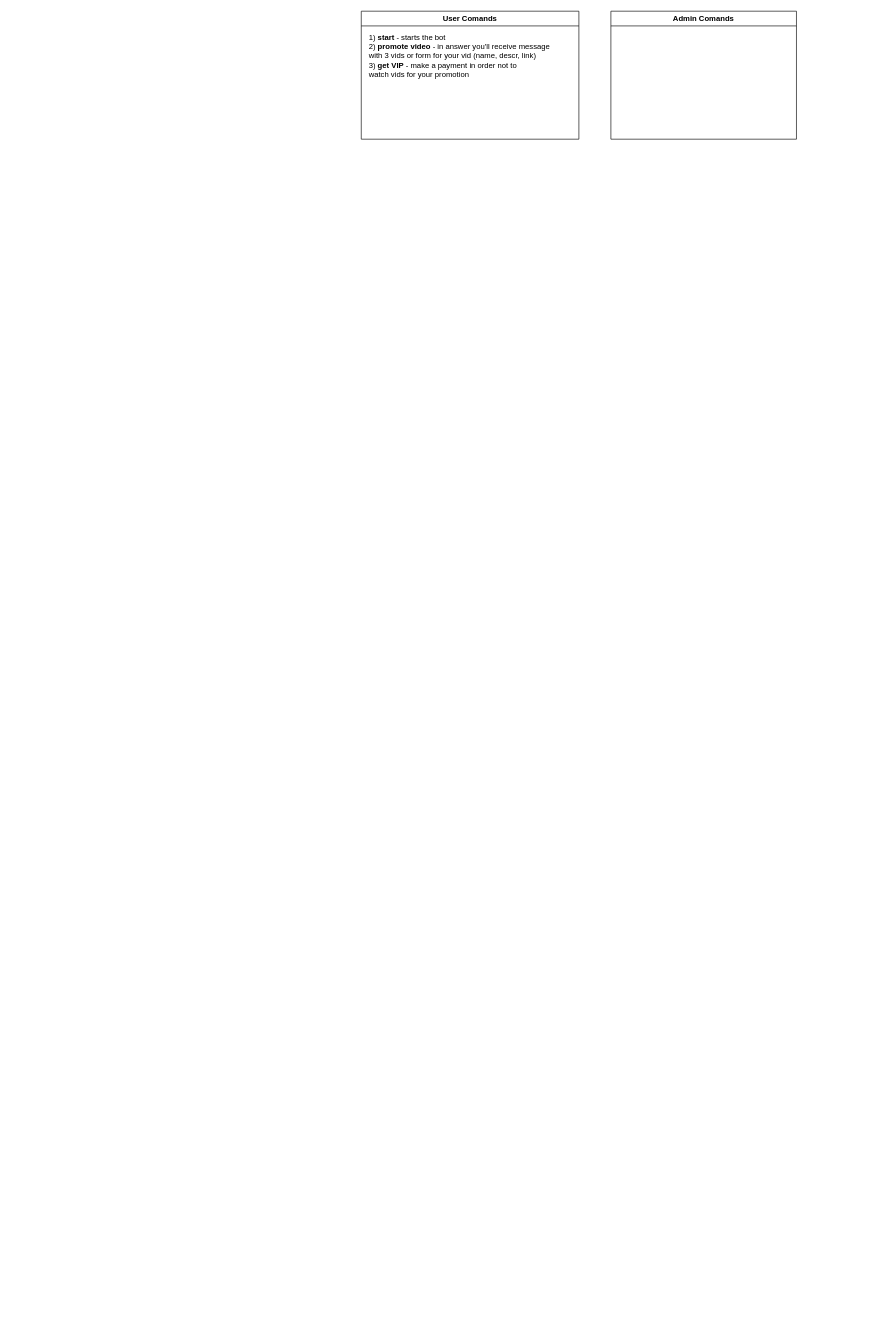
Above: TG bot.drawio in TitanKuzmich/planeStats (draw.io), before the change. Source tidied: cells renumbered, new cells numbered last; positions are measured from the earlier drawing's top-left corner, leaving out a move shared by most shapes. Both pictures are drawn from the tidied source at 64%, with x=0, y=0 at pixel (361, 11).
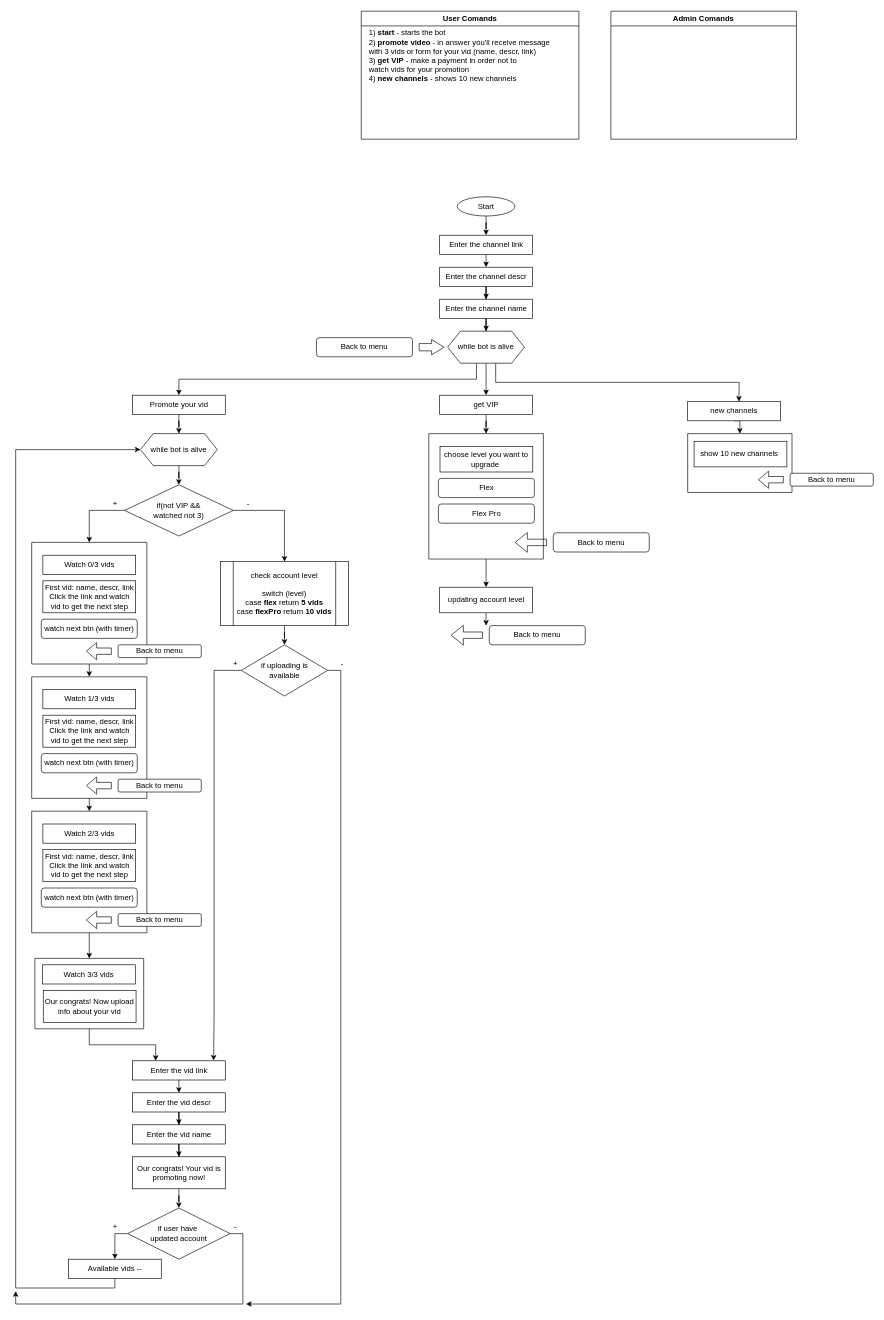
Above is the later version.

The change refers to these unchanged cells:
```xml
<mxCell id="2" value="User Comands" style="swimlane;" parent="1" vertex="1">
  <mxGeometry width="340" height="200" as="geometry" />
</mxCell>
```

Change to the diagram source:
```diff
@@
-    <mxCell id="3" value="1) &lt;b&gt;start&lt;/b&gt; - starts the bot&lt;br&gt;&lt;div&gt;2) &lt;b&gt;promote video&lt;/b&gt; - in answer you'll receive message&amp;nbsp;&lt;/div&gt;&lt;div&gt;&lt;span&gt;with 3 vids or form for your vid (name, descr, link)&lt;/span&gt;&lt;/div&gt;&lt;div&gt;3) &lt;b&gt;get VIP&lt;/b&gt;&amp;nbsp;- make a payment in order not to&amp;nbsp;&lt;/div&gt;&lt;div&gt;watch vids for your promotion&lt;/div&gt;" style="text;html=1;align=left;verticalAlign=middle;strokeColor=none;" parent="2" vertex="1">
-      <mxGeometry x="10" y="30" width="300" height="80" as="geometry" />
+    <mxCell id="3" value="1) &lt;b&gt;start&lt;/b&gt; - starts the bot&lt;br&gt;&lt;div&gt;2) &lt;b&gt;promote video&lt;/b&gt; - in answer you'll receive message&amp;nbsp;&lt;/div&gt;&lt;div&gt;&lt;span&gt;with 3 vids or form for your vid (name, descr, link)&lt;/span&gt;&lt;/div&gt;&lt;div&gt;3) &lt;b&gt;get VIP&lt;/b&gt;&amp;nbsp;- make a payment in order not to&amp;nbsp;&lt;/div&gt;&lt;div&gt;watch vids for your promotion&lt;/div&gt;&lt;div&gt;4) &lt;b&gt;new channels&lt;/b&gt;&amp;nbsp;- shows 10 new channels&lt;/div&gt;" style="text;html=1;align=left;verticalAlign=middle;strokeColor=none;" parent="2" vertex="1">
+      <mxGeometry x="10" y="25" width="300" height="90" as="geometry" />
     </mxCell>
@@
+    <mxCell id="5" style="edgeStyle=orthogonalEdgeStyle;rounded=0;jettySize=auto;html=1;" parent="1" edge="1" source="6" target="12">
+      <mxGeometry relative="1" as="geometry" />
+    </mxCell>
+    <mxCell id="6" value="Start" style="ellipse;whiteSpace=wrap;html=1;" parent="1" vertex="1">
+      <mxGeometry x="150" y="290" width="90" height="30" as="geometry" />
+    </mxCell>
+    <mxCell id="7" style="edgeStyle=orthogonalEdgeStyle;rounded=0;jettySize=auto;html=1;" parent="1" edge="1" source="8" target="77">
+      <mxGeometry relative="1" as="geometry" />
+    </mxCell>
+    <mxCell id="8" value="Enter the channel name" style="rounded=0;whiteSpace=wrap;html=1;" parent="1" vertex="1">
+      <mxGeometry x="122.5" y="450" width="145" height="30" as="geometry" />
+    </mxCell>
+    <mxCell id="9" style="edgeStyle=orthogonalEdgeStyle;rounded=0;jettySize=auto;html=1;" parent="1" edge="1" source="10" target="8">
+      <mxGeometry relative="1" as="geometry" />
+    </mxCell>
+    <mxCell id="10" value="Enter the channel descr" style="rounded=0;whiteSpace=wrap;html=1;" parent="1" vertex="1">
+      <mxGeometry x="122.5" y="400" width="145" height="30" as="geometry" />
+    </mxCell>
+    <mxCell id="11" style="edgeStyle=orthogonalEdgeStyle;rounded=0;jettySize=auto;html=1;exitX=0.5;exitY=1;exitDx=0;exitDy=0;entryX=0.5;entryY=0;entryDx=0;entryDy=0;" parent="1" edge="1" source="12" target="10">
+      <mxGeometry relative="1" as="geometry" />
+    </mxCell>
+    <mxCell id="12" value="Enter the channel link" style="rounded=0;whiteSpace=wrap;html=1;" parent="1" vertex="1">
+      <mxGeometry x="122.5" y="350" width="145" height="30" as="geometry" />
+    </mxCell>
+    <mxCell id="13" style="edgeStyle=orthogonalEdgeStyle;rounded=0;jettySize=auto;html=1;" parent="1" edge="1" source="14" target="52">
+      <mxGeometry relative="1" as="geometry" />
+    </mxCell>
+    <mxCell id="14" value="Promote your vid" style="rounded=0;whiteSpace=wrap;html=1;" parent="1" vertex="1">
+      <mxGeometry x="-357.5" y="600" width="145" height="30" as="geometry" />
+    </mxCell>
+    <mxCell id="15" style="edgeStyle=orthogonalEdgeStyle;rounded=0;jettySize=auto;html=1;" parent="1" edge="1" source="16" target="69">
+      <mxGeometry relative="1" as="geometry" />
+    </mxCell>
+    <mxCell id="16" value="get VIP" style="rounded=0;whiteSpace=wrap;html=1;" parent="1" vertex="1">
+      <mxGeometry x="122.5" y="600" width="145" height="30" as="geometry" />
+    </mxCell>
+    <mxCell id="17" style="edgeStyle=orthogonalEdgeStyle;rounded=0;jettySize=auto;html=1;exitX=0.5;exitY=1;exitDx=0;exitDy=0;entryX=0.5;entryY=0;entryDx=0;entryDy=0;" parent="1" edge="1" source="18" target="90">
+      <mxGeometry relative="1" as="geometry" />
+    </mxCell>
+    <mxCell id="18" value="new channels" style="rounded=0;whiteSpace=wrap;html=1;" parent="1" vertex="1">
+      <mxGeometry x="510" y="610" width="145" height="30" as="geometry" />
+    </mxCell>
+    <mxCell id="19" style="edgeStyle=orthogonalEdgeStyle;rounded=0;jettySize=auto;html=1;exitX=0;exitY=0.5;exitDx=0;exitDy=0;" parent="1" edge="1" source="21" target="29">
+      <mxGeometry relative="1" as="geometry" />
+    </mxCell>
+    <mxCell id="20" style="edgeStyle=orthogonalEdgeStyle;rounded=0;jettySize=auto;html=1;exitX=1;exitY=0.5;exitDx=0;exitDy=0;" parent="1" edge="1" source="21" target="54">
+      <mxGeometry relative="1" as="geometry" />
+    </mxCell>
+    <mxCell id="21" value="if(not VIP &amp;amp;&amp;amp; &lt;br&gt;watched not 3)" style="rhombus;whiteSpace=wrap;html=1;" parent="1" vertex="1">
+      <mxGeometry x="-370" y="740" width="170" height="80" as="geometry" />
+    </mxCell>
+    <mxCell id="22" style="edgeStyle=orthogonalEdgeStyle;rounded=0;jettySize=auto;html=1;" parent="1" edge="1" source="23" target="50">
+      <mxGeometry relative="1" as="geometry" />
+    </mxCell>
+    <mxCell id="23" value="Enter the vid name" style="rounded=0;whiteSpace=wrap;html=1;" parent="1" vertex="1">
+      <mxGeometry x="-357.5" y="1740" width="145" height="30" as="geometry" />
+    </mxCell>
+    <mxCell id="24" style="edgeStyle=orthogonalEdgeStyle;rounded=0;jettySize=auto;html=1;" parent="1" edge="1" source="25" target="23">
+      <mxGeometry relative="1" as="geometry" />
+    </mxCell>
+    <mxCell id="25" value="Enter the vid descr" style="rounded=0;whiteSpace=wrap;html=1;" parent="1" vertex="1">
+      <mxGeometry x="-357.5" y="1690" width="145" height="30" as="geometry" />
+    </mxCell>
+    <mxCell id="26" style="edgeStyle=orthogonalEdgeStyle;rounded=0;jettySize=auto;html=1;exitX=0.5;exitY=1;exitDx=0;exitDy=0;entryX=0.5;entryY=0;entryDx=0;entryDy=0;" parent="1" edge="1" source="27" target="25">
+      <mxGeometry relative="1" as="geometry" />
+    </mxCell>
+    <mxCell id="27" value="Enter the vid link" style="rounded=0;whiteSpace=wrap;html=1;" parent="1" vertex="1">
+      <mxGeometry x="-357.5" y="1640" width="145" height="30" as="geometry" />
+    </mxCell>
+    <mxCell id="28" style="edgeStyle=orthogonalEdgeStyle;rounded=0;jettySize=auto;html=1;exitX=0.5;exitY=1;exitDx=0;exitDy=0;entryX=0.5;entryY=0;entryDx=0;entryDy=0;" parent="1" edge="1" source="29" target="35">
+      <mxGeometry relative="1" as="geometry" />
+    </mxCell>
+    <mxCell id="29" style="swimlane;startSize=0;" parent="1" vertex="1">
+      <mxGeometry x="-515" y="830" width="180" height="190" as="geometry" />
+    </mxCell>
+    <mxCell id="30" value="Watch 0/3 vids" style="rounded=0;whiteSpace=wrap;html=1;" parent="29" vertex="1">
+      <mxGeometry x="17.5" y="20" width="145" height="30" as="geometry" />
+    </mxCell>
+    <mxCell id="31" value="First vid: name, descr, link&lt;br&gt;Click the link and watch vid to get the next step" style="rounded=0;whiteSpace=wrap;html=1;" parent="29" vertex="1">
+      <mxGeometry x="17.5" y="60" width="145" height="50" as="geometry" />
+    </mxCell>
+    <mxCell id="32" value="watch next btn (with timer)" style="rounded=1;whiteSpace=wrap;html=1;" parent="29" vertex="1">
+      <mxGeometry x="15" y="120" width="150" height="30" as="geometry" />
+    </mxCell>
+    <mxCell id="33" style="shape=flexArrow;endArrow=classic;html=1;endWidth=16;endSize=5;" parent="29" edge="1">
+      <mxGeometry relative="1" as="geometry">
+        <mxPoint x="125" y="170" as="sourcePoint" />
+        <mxPoint x="85" y="170" as="targetPoint" />
+      </mxGeometry>
+    </mxCell>
+    <mxCell id="34" style="edgeStyle=orthogonalEdgeStyle;rounded=0;jettySize=auto;html=1;exitX=0.5;exitY=1;exitDx=0;exitDy=0;entryX=0.5;entryY=0;entryDx=0;entryDy=0;" parent="1" edge="1" source="35" target="40">
+      <mxGeometry relative="1" as="geometry" />
+    </mxCell>
+    <mxCell id="35" style="swimlane;startSize=0;" parent="1" vertex="1">
+      <mxGeometry x="-515" y="1040" width="180" height="190" as="geometry" />
+    </mxCell>
+    <mxCell id="36" value="Watch 1/3 vids" style="rounded=0;whiteSpace=wrap;html=1;" parent="35" vertex="1">
+      <mxGeometry x="17.5" y="20" width="145" height="30" as="geometry" />
+    </mxCell>
+    <mxCell id="37" value="First vid: name, descr, link&lt;br&gt;Click the link and watch vid to get the next step" style="rounded=0;whiteSpace=wrap;html=1;" parent="35" vertex="1">
+      <mxGeometry x="17.5" y="60" width="145" height="50" as="geometry" />
+    </mxCell>
+    <mxCell id="38" value="watch next btn (with timer)" style="rounded=1;whiteSpace=wrap;html=1;" parent="35" vertex="1">
+      <mxGeometry x="15" y="120" width="150" height="30" as="geometry" />
+    </mxCell>
+    <mxCell id="39" style="edgeStyle=orthogonalEdgeStyle;rounded=0;jettySize=auto;html=1;exitX=0.5;exitY=1;exitDx=0;exitDy=0;entryX=0.5;entryY=0;entryDx=0;entryDy=0;" parent="1" edge="1" source="40" target="46">
+      <mxGeometry relative="1" as="geometry" />
+    </mxCell>
+    <mxCell id="40" style="swimlane;startSize=0;" parent="1" vertex="1">
+      <mxGeometry x="-515" y="1250" width="180" height="190" as="geometry" />
+    </mxCell>
+    <mxCell id="41" value="Watch 2/3 vids" style="rounded=0;whiteSpace=wrap;html=1;" parent="40" vertex="1">
+      <mxGeometry x="17.5" y="20" width="145" height="30" as="geometry" />
+    </mxCell>
+    <mxCell id="42" value="First vid: name, descr, link&lt;br&gt;Click the link and watch vid to get the next step" style="rounded=0;whiteSpace=wrap;html=1;" parent="40" vertex="1">
+      <mxGeometry x="17.5" y="60" width="145" height="50" as="geometry" />
+    </mxCell>
+    <mxCell id="43" value="watch next btn (with timer)" style="rounded=1;whiteSpace=wrap;html=1;" parent="40" vertex="1">
+      <mxGeometry x="15" y="120" width="150" height="30" as="geometry" />
+    </mxCell>
+    <mxCell id="44" value="+" style="text;html=1;align=center;verticalAlign=middle;strokeColor=none;" parent="1" vertex="1">
+      <mxGeometry x="-395" y="760" width="20" height="20" as="geometry" />
+    </mxCell>
+    <mxCell id="45" style="edgeStyle=orthogonalEdgeStyle;rounded=0;jettySize=auto;html=1;entryX=0.25;entryY=0;entryDx=0;entryDy=0;" parent="1" edge="1" source="46" target="27">
+      <mxGeometry relative="1" as="geometry" />
+    </mxCell>
+    <mxCell id="46" style="swimlane;startSize=0;" parent="1" vertex="1">
+      <mxGeometry x="-510" y="1480" width="170" height="110" as="geometry" />
+    </mxCell>
+    <mxCell id="47" value="Watch 3/3 vids" style="rounded=0;whiteSpace=wrap;html=1;" parent="46" vertex="1">
+      <mxGeometry x="11.9" y="10" width="145" height="30" as="geometry" />
+    </mxCell>
+    <mxCell id="48" value="Our congrats! Now upload info about your vid" style="rounded=0;whiteSpace=wrap;html=1;" parent="46" vertex="1">
+      <mxGeometry x="13.1" y="50" width="145" height="50" as="geometry" />
+    </mxCell>
+    <mxCell id="49" style="edgeStyle=orthogonalEdgeStyle;rounded=0;jettySize=auto;html=1;" parent="1" edge="1" source="50" target="62">
+      <mxGeometry relative="1" as="geometry" />
+    </mxCell>
+    <mxCell id="50" value="Our congrats! Your vid is promoting now!" style="rounded=0;whiteSpace=wrap;html=1;" parent="1" vertex="1">
+      <mxGeometry x="-357.5" y="1790" width="145" height="50" as="geometry" />
+    </mxCell>
+    <mxCell id="51" style="edgeStyle=orthogonalEdgeStyle;rounded=0;jettySize=auto;html=1;" parent="1" edge="1" source="52" target="21">
+      <mxGeometry relative="1" as="geometry" />
+    </mxCell>
+    <mxCell id="52" value="while bot is alive" style="shape=hexagon;perimeter=hexagonPerimeter2;whiteSpace=wrap;html=1;fixedSize=1;" parent="1" vertex="1">
+      <mxGeometry x="-345" y="660" width="120" height="50" as="geometry" />
+    </mxCell>
+    <mxCell id="53" style="edgeStyle=orthogonalEdgeStyle;rounded=0;jettySize=auto;html=1;" parent="1" edge="1" source="54" target="57">
+      <mxGeometry relative="1" as="geometry" />
+    </mxCell>
+    <mxCell id="54" value="check account level&lt;br&gt;&lt;br&gt;switch (level)&lt;br&gt;case &lt;b&gt;flex&lt;/b&gt; return &lt;b&gt;5 vids&lt;/b&gt;&lt;br&gt;case &lt;b&gt;flexPro&lt;/b&gt; return &lt;b&gt;10 vids&lt;/b&gt;" style="shape=process;whiteSpace=wrap;html=1;backgroundOutline=1;" parent="1" vertex="1">
+      <mxGeometry x="-220" y="860" width="200" height="100" as="geometry" />
+    </mxCell>
+    <mxCell id="55" style="edgeStyle=orthogonalEdgeStyle;rounded=0;jettySize=auto;html=1;entryX=0.874;entryY=-0.011;entryDx=0;entryDy=0;entryPerimeter=0;" parent="1" edge="1" source="57" target="27">
+      <mxGeometry relative="1" as="geometry">
+        <Array as="points">
+          <mxPoint x="-230" y="1030" />
+          <mxPoint x="-230" y="1570" />
+          <mxPoint x="-231" y="1570" />
+        </Array>
+      </mxGeometry>
+    </mxCell>
+    <mxCell id="56" style="edgeStyle=orthogonalEdgeStyle;rounded=0;jettySize=auto;html=1;exitX=1;exitY=0.5;exitDx=0;exitDy=0;" parent="1" edge="1" source="57">
+      <mxGeometry relative="1" as="geometry">
+        <mxPoint x="-180" y="2020" as="targetPoint" />
+        <Array as="points">
+          <mxPoint x="-32" y="1030" />
+          <mxPoint x="-32" y="2020" />
+        </Array>
+      </mxGeometry>
+    </mxCell>
+    <mxCell id="57" value="if uploading is&lt;br&gt;available" style="rhombus;whiteSpace=wrap;html=1;" parent="1" vertex="1">
+      <mxGeometry x="-187.5" y="990" width="135" height="80" as="geometry" />
+    </mxCell>
+    <mxCell id="58" value="-" style="text;html=1;align=center;verticalAlign=middle;strokeColor=none;" parent="1" vertex="1">
+      <mxGeometry x="-187.5" y="760" width="20" height="20" as="geometry" />
+    </mxCell>
+    <mxCell id="59" value="+" style="text;html=1;align=center;verticalAlign=middle;strokeColor=none;" parent="1" vertex="1">
+      <mxGeometry x="-207.5" y="1010" width="20" height="20" as="geometry" />
+    </mxCell>
+    <mxCell id="60" style="edgeStyle=orthogonalEdgeStyle;rounded=0;jettySize=auto;html=1;exitX=0;exitY=0.5;exitDx=0;exitDy=0;" parent="1" edge="1" source="62" target="64">
+      <mxGeometry relative="1" as="geometry" />
+    </mxCell>
+    <mxCell id="61" style="edgeStyle=orthogonalEdgeStyle;rounded=0;jettySize=auto;html=1;exitX=1;exitY=0.5;exitDx=0;exitDy=0;" parent="1" edge="1" source="62">
+      <mxGeometry relative="1" as="geometry">
+        <mxPoint x="-540" y="2000" as="targetPoint" />
+        <Array as="points">
+          <mxPoint x="-185" y="1910" />
+          <mxPoint x="-185" y="2020" />
+          <mxPoint x="-540" y="2020" />
+        </Array>
+      </mxGeometry>
+    </mxCell>
+    <mxCell id="62" value="if user have&amp;nbsp;&lt;br&gt;updated account" style="rhombus;whiteSpace=wrap;html=1;" parent="1" vertex="1">
+      <mxGeometry x="-365" y="1870" width="160" height="80" as="geometry" />
+    </mxCell>
+    <mxCell id="63" style="edgeStyle=orthogonalEdgeStyle;rounded=0;jettySize=auto;html=1;entryX=0;entryY=0.5;entryDx=0;entryDy=0;" parent="1" edge="1" source="64" target="52">
+      <mxGeometry relative="1" as="geometry">
+        <Array as="points">
+          <mxPoint x="-540" y="1995" />
+          <mxPoint x="-540" y="685" />
+        </Array>
+      </mxGeometry>
+    </mxCell>
+    <mxCell id="64" value="Available vids --" style="rounded=0;whiteSpace=wrap;html=1;" parent="1" vertex="1">
+      <mxGeometry x="-457.5" y="1950" width="145" height="30" as="geometry" />
+    </mxCell>
+    <mxCell id="65" value="+" style="text;html=1;align=center;verticalAlign=middle;strokeColor=none;" parent="1" vertex="1">
+      <mxGeometry x="-395" y="1890" width="20" height="20" as="geometry" />
+    </mxCell>
+    <mxCell id="66" value="-" style="text;html=1;align=center;verticalAlign=middle;strokeColor=none;" parent="1" vertex="1">
+      <mxGeometry x="-40" y="1010" width="20" height="20" as="geometry" />
+    </mxCell>
+    <mxCell id="67" value="-" style="text;html=1;align=center;verticalAlign=middle;strokeColor=none;" parent="1" vertex="1">
+      <mxGeometry x="-207.5" y="1890" width="20" height="20" as="geometry" />
+    </mxCell>
+    <mxCell id="68" style="edgeStyle=orthogonalEdgeStyle;rounded=0;jettySize=auto;html=1;" parent="1" edge="1" source="69" target="86">
+      <mxGeometry relative="1" as="geometry" />
+    </mxCell>
+    <mxCell id="69" style="swimlane;startSize=0;" parent="1" vertex="1">
+      <mxGeometry x="105.5" y="660" width="179" height="196" as="geometry" />
+    </mxCell>
+    <mxCell id="70" value="choose level you want to upgrade&amp;nbsp;" style="rounded=0;whiteSpace=wrap;html=1;" parent="69" vertex="1">
+      <mxGeometry x="17.5" y="20" width="145" height="40" as="geometry" />
+    </mxCell>
+    <mxCell id="71" value="Flex" style="rounded=1;whiteSpace=wrap;html=1;" parent="69" vertex="1">
+      <mxGeometry x="15" y="70" width="150" height="30" as="geometry" />
+    </mxCell>
+    <mxCell id="72" value="Flex Pro" style="rounded=1;whiteSpace=wrap;html=1;" parent="69" vertex="1">
+      <mxGeometry x="15" y="110" width="150" height="30" as="geometry" />
+    </mxCell>
+    <mxCell id="73" style="shape=flexArrow;endArrow=classic;html=1;" parent="69" edge="1">
+      <mxGeometry relative="1" as="geometry">
+        <mxPoint x="184.5" y="170" as="sourcePoint" />
+        <mxPoint x="134.5" y="170" as="targetPoint" />
+      </mxGeometry>
+    </mxCell>
+    <mxCell id="74" style="edgeStyle=orthogonalEdgeStyle;rounded=0;jettySize=auto;html=1;exitX=0.375;exitY=1;exitDx=0;exitDy=0;" parent="1" edge="1" source="77" target="14">
+      <mxGeometry relative="1" as="geometry" />
+    </mxCell>
+    <mxCell id="75" style="edgeStyle=orthogonalEdgeStyle;rounded=0;jettySize=auto;html=1;exitX=0.5;exitY=1;exitDx=0;exitDy=0;" parent="1" edge="1" source="77" target="16">
+      <mxGeometry relative="1" as="geometry" />
+    </mxCell>
+    <mxCell id="76" style="edgeStyle=orthogonalEdgeStyle;rounded=0;jettySize=auto;html=1;exitX=0.625;exitY=1;exitDx=0;exitDy=0;" parent="1" edge="1" source="77">
+      <mxGeometry relative="1" as="geometry">
+        <mxPoint x="590" y="610" as="targetPoint" />
+      </mxGeometry>
+    </mxCell>
+    <mxCell id="77" value="while bot is alive" style="shape=hexagon;perimeter=hexagonPerimeter2;whiteSpace=wrap;html=1;fixedSize=1;" parent="1" vertex="1">
+      <mxGeometry x="135" y="500" width="120" height="50" as="geometry" />
+    </mxCell>
+    <mxCell id="78" value="Back to menu" style="rounded=1;whiteSpace=wrap;html=1;" parent="1" vertex="1">
+      <mxGeometry x="-380" y="990" width="130" height="20" as="geometry" />
+    </mxCell>
+    <mxCell id="79" style="shape=flexArrow;endArrow=classic;html=1;endWidth=16;endSize=5;" parent="1" edge="1">
+      <mxGeometry relative="1" as="geometry">
+        <mxPoint x="-390" y="1210" as="sourcePoint" />
+        <mxPoint x="-430" y="1210" as="targetPoint" />
+      </mxGeometry>
+    </mxCell>
+    <mxCell id="80" value="Back to menu" style="rounded=1;whiteSpace=wrap;html=1;" parent="1" vertex="1">
+      <mxGeometry x="-380" y="1200" width="130" height="20" as="geometry" />
+    </mxCell>
+    <mxCell id="81" style="shape=flexArrow;endArrow=classic;html=1;endWidth=16;endSize=5;" parent="1" edge="1">
+      <mxGeometry relative="1" as="geometry">
+        <mxPoint x="-390" y="1420" as="sourcePoint" />
+        <mxPoint x="-430" y="1420" as="targetPoint" />
+      </mxGeometry>
+    </mxCell>
+    <mxCell id="82" value="Back to menu" style="rounded=1;whiteSpace=wrap;html=1;" parent="1" vertex="1">
+      <mxGeometry x="-380" y="1410" width="130" height="20" as="geometry" />
+    </mxCell>
+    <mxCell id="83" style="shape=flexArrow;endArrow=classic;html=1;width=11.395348837209303;endSize=6.209302325581396;endWidth=11.472868217054263;" parent="1" edge="1">
+      <mxGeometry relative="1" as="geometry">
+        <mxPoint x="90" y="525" as="sourcePoint" />
+        <mxPoint x="130" y="525" as="targetPoint" />
+      </mxGeometry>
+    </mxCell>
+    <mxCell id="84" value="Back to menu" style="rounded=1;whiteSpace=wrap;html=1;" parent="1" vertex="1">
+      <mxGeometry x="-70" y="510" width="150" height="30" as="geometry" />
+    </mxCell>
+    <mxCell id="85" style="edgeStyle=orthogonalEdgeStyle;rounded=0;jettySize=auto;html=1;exitX=0.5;exitY=1;exitDx=0;exitDy=0;" parent="1" edge="1" source="86">
+      <mxGeometry relative="1" as="geometry">
+        <mxPoint x="195" y="960" as="targetPoint" />
+      </mxGeometry>
+    </mxCell>
+    <mxCell id="86" value="updating account level" style="rounded=0;whiteSpace=wrap;html=1;" parent="1" vertex="1">
+      <mxGeometry x="122.5" y="900" width="145" height="40" as="geometry" />
+    </mxCell>
+    <mxCell id="87" style="shape=flexArrow;endArrow=classic;html=1;" parent="1" edge="1">
+      <mxGeometry relative="1" as="geometry">
+        <mxPoint x="190" y="975" as="sourcePoint" />
+        <mxPoint x="140" y="975" as="targetPoint" />
+      </mxGeometry>
+    </mxCell>
+    <mxCell id="88" value="Back to menu" style="rounded=1;whiteSpace=wrap;html=1;" parent="1" vertex="1">
+      <mxGeometry x="200" y="960" width="150" height="30" as="geometry" />
+    </mxCell>
+    <mxCell id="89" value="Back to menu" style="rounded=1;whiteSpace=wrap;html=1;" parent="1" vertex="1">
+      <mxGeometry x="300" y="815" width="150" height="30" as="geometry" />
+    </mxCell>
+    <mxCell id="90" style="swimlane;startSize=0;" parent="1" vertex="1">
+      <mxGeometry x="510" y="660" width="163" height="92" as="geometry" />
+    </mxCell>
+    <mxCell id="91" value="show 10 new channels&amp;nbsp;" style="rounded=0;whiteSpace=wrap;html=1;" parent="90" vertex="1">
+      <mxGeometry x="10" y="12" width="145" height="40" as="geometry" />
+    </mxCell>
+    <mxCell id="92" style="shape=flexArrow;endArrow=classic;html=1;endWidth=16;endSize=5;" parent="1" edge="1">
+      <mxGeometry relative="1" as="geometry">
+        <mxPoint x="660" y="732" as="sourcePoint" />
+        <mxPoint x="620" y="732" as="targetPoint" />
+      </mxGeometry>
+    </mxCell>
+    <mxCell id="93" value="Back to menu" style="rounded=1;whiteSpace=wrap;html=1;" parent="1" vertex="1">
+      <mxGeometry x="670" y="722" width="130" height="20" as="geometry" />
+    </mxCell>
```
